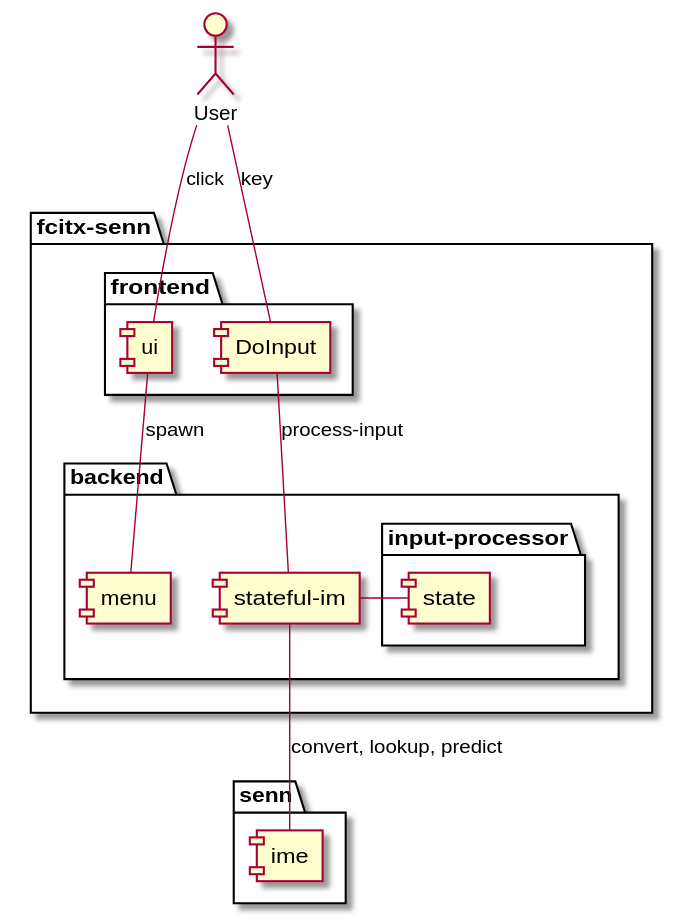
Before: senn/doc/design.svg, a diagram exported from PlantUML (mhkoji/Senn).
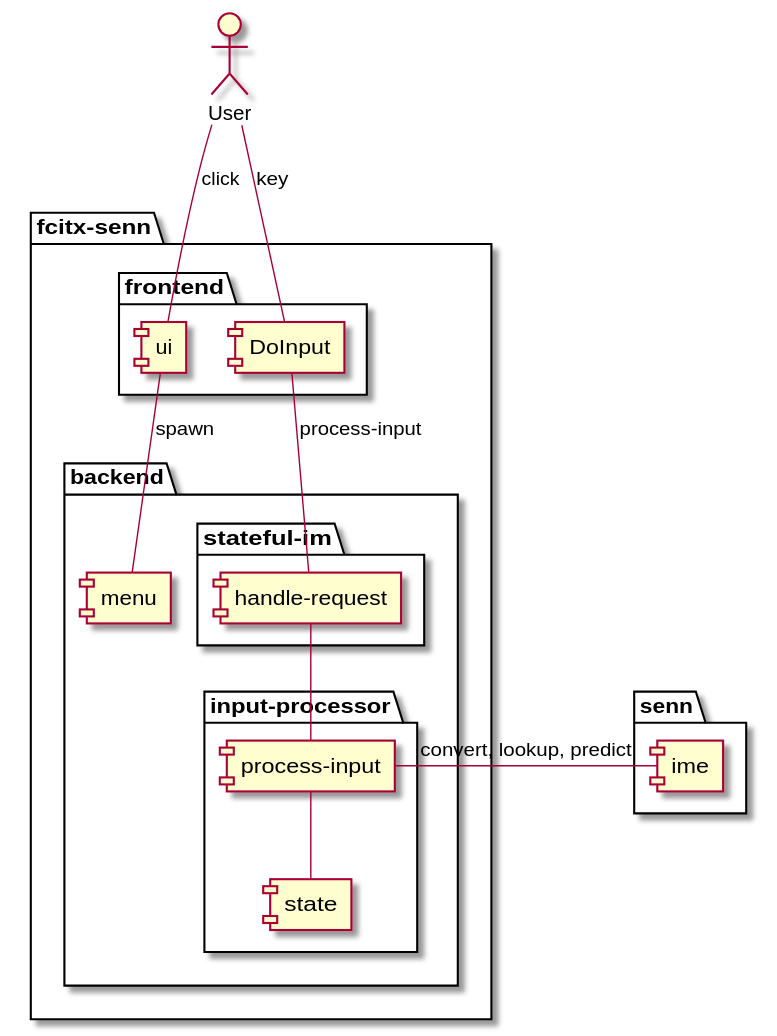
Later version of the same file.

The edit, as a diff of the source:
```diff
@@ -1,6 +1,6 @@
 @startuml
 package "senn" {
-  [ime]
+ [ime]
 }
 
 package "fcitx-senn" {
@@ -11,17 +11,24 @@
 
   folder "backend" {
     [menu]
-    [stateful-im]
+    folder "stateful-im" {
+      [handle-request]
+    }
+
     folder "input-processor" {
+      [process-input]
       [state]
     }
   }
 
+  [DoInput] -- [handle-request] : process-input
+  [handle-request] -- [process-input]
+  [process-input] -- [state]
+  [process-input] - [ime] : convert, lookup, predict
+
   [ui] - [menu] : spawn
-  [DoInput] -- [stateful-im] : process-input
-  [stateful-im] - [state]
-  [stateful-im] -- [ime] : convert, lookup, predict
 }
+
 
 :User: -- DoInput : key
 :User: -- ui: click
```
